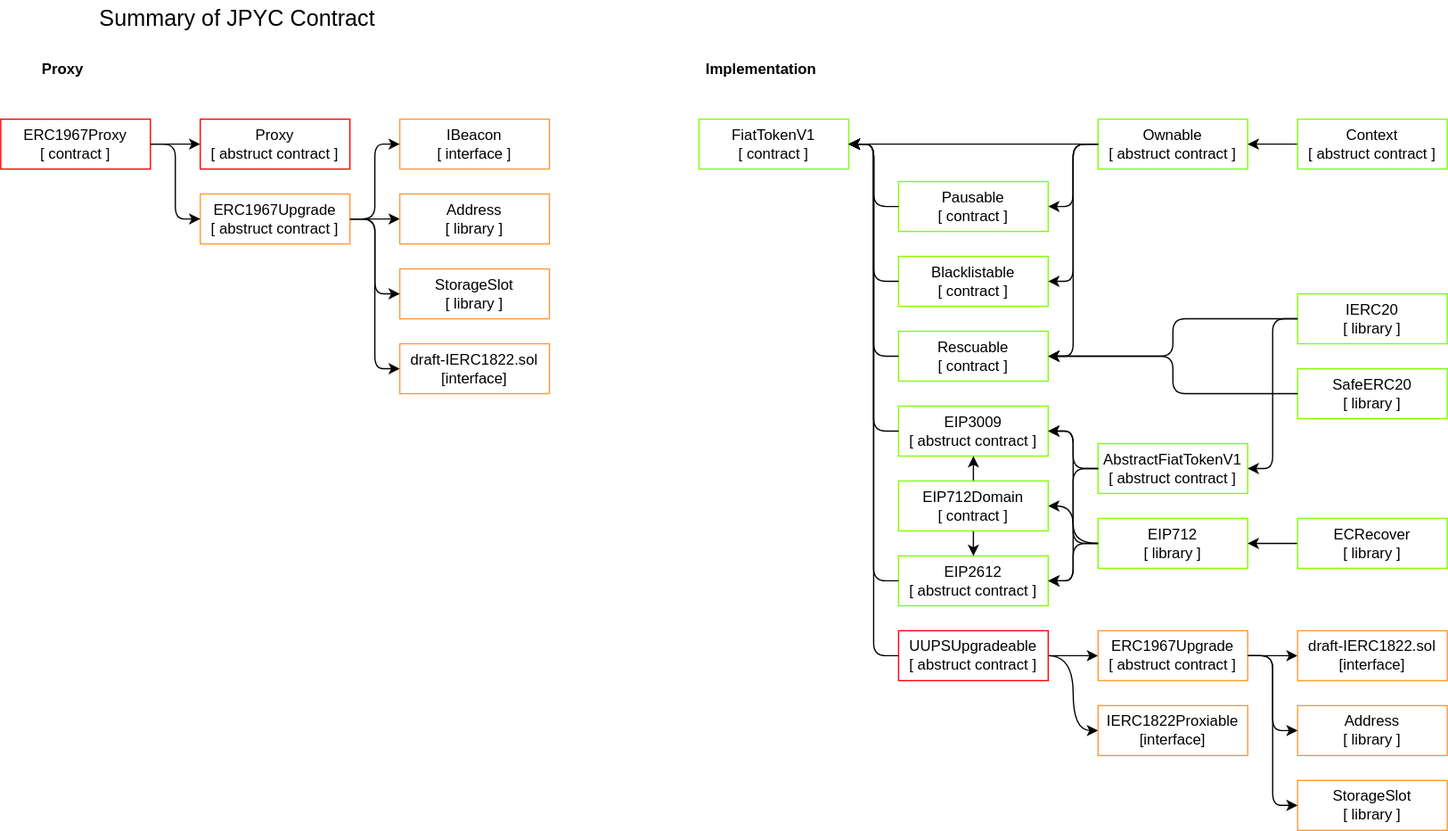
code-423n4/2022-02-jpyc keeps this draw.io diagram as contractArchitecture.drawio.svg. Above is the earlier version. Source tidied: cells renumbered, new cells last; positions are measured from the earlier drawing's top-left corner, leaving out a move shared by most shapes.
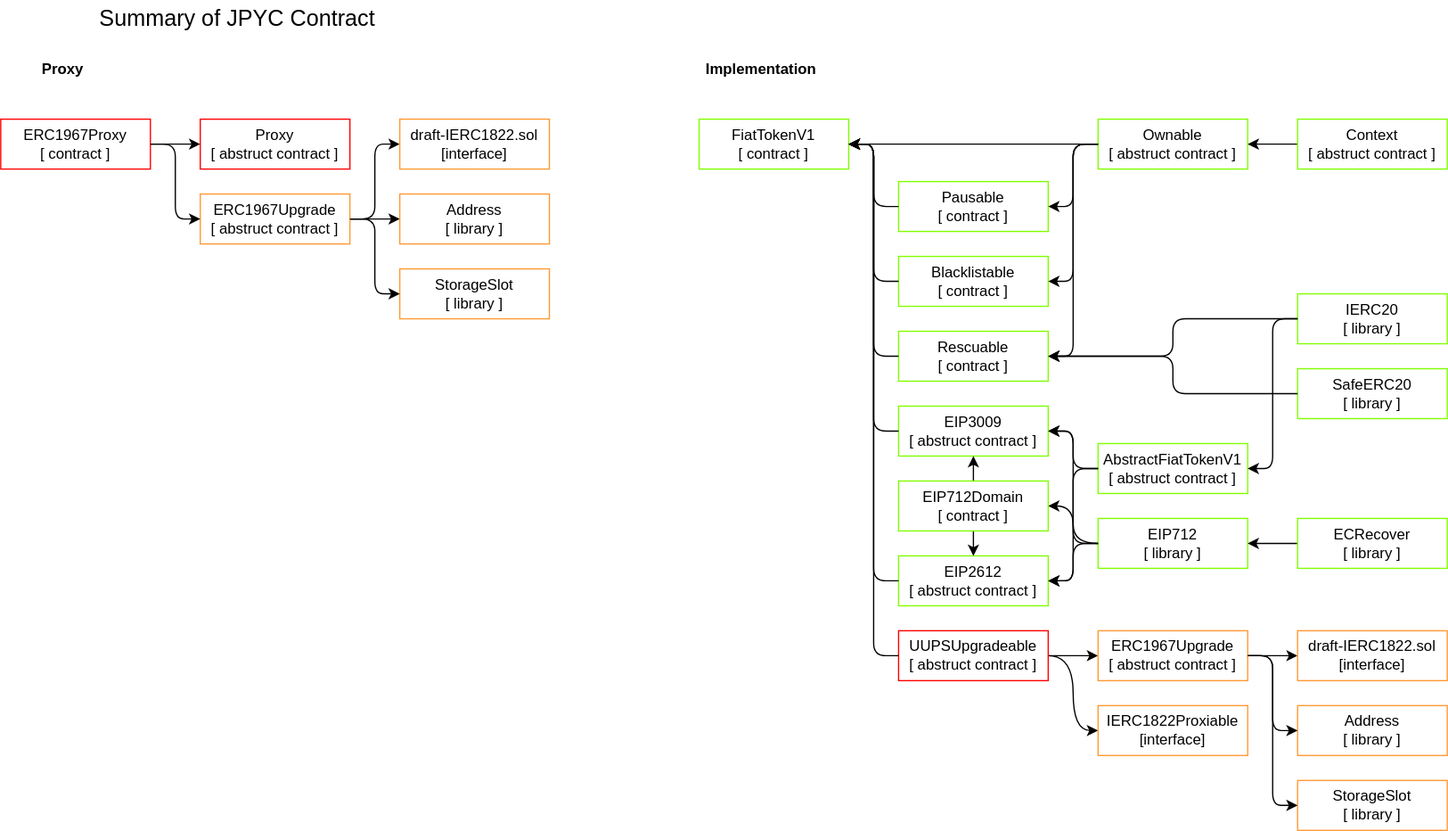
Above is the later version.

What changed in the source:
```diff
@@ -26,18 +26,12 @@
     <mxCell id="9" style="edgeStyle=elbowEdgeStyle;elbow=horizontal;endArrow=classic;html=1;exitX=1;exitY=0.5;exitDx=0;exitDy=0;entryX=0;entryY=0.5;entryDx=0;entryDy=0;" parent="1" edge="1" source="4" target="8">
       <mxGeometry relative="1" as="geometry" />
     </mxCell>
-    <mxCell id="10" value="IBeacon&lt;br&gt;[ interface ]" style="rounded=0;whiteSpace=wrap;html=1;strokeColor=#FF9933;" parent="1" vertex="1">
-      <mxGeometry x="320" y="95" width="120" height="40" as="geometry" />
-    </mxCell>
     <mxCell id="11" value="Address&lt;br&gt;[ library ]" style="rounded=0;whiteSpace=wrap;html=1;strokeColor=#FF9933;" parent="1" vertex="1">
       <mxGeometry x="320" y="155" width="120" height="40" as="geometry" />
     </mxCell>
     <mxCell id="12" value="StorageSlot&lt;br&gt;[ library ]" style="rounded=0;whiteSpace=wrap;html=1;strokeColor=#FF9933;" parent="1" vertex="1">
       <mxGeometry x="320" y="215" width="120" height="40" as="geometry" />
     </mxCell>
-    <mxCell id="13" style="edgeStyle=elbowEdgeStyle;elbow=horizontal;endArrow=classic;html=1;exitX=1;exitY=0.5;exitDx=0;exitDy=0;entryX=0;entryY=0.5;entryDx=0;entryDy=0;" parent="1" edge="1" source="8" target="10">
-      <mxGeometry relative="1" as="geometry" />
-    </mxCell>
     <mxCell id="14" style="edgeStyle=elbowEdgeStyle;elbow=horizontal;endArrow=classic;html=1;exitX=1;exitY=0.5;exitDx=0;exitDy=0;entryX=0;entryY=0.5;entryDx=0;entryDy=0;" parent="1" edge="1" source="8" target="12">
       <mxGeometry relative="1" as="geometry" />
     </mxCell>
@@ -178,7 +172,7 @@
       <mxGeometry x="560" y="45" width="100" height="20" as="geometry" />
     </mxCell>
     <mxCell id="59" value="draft-IERC1822.sol&lt;br&gt;[interface]" style="whiteSpace=wrap;html=1;strokeColor=#FF9933;" parent="1" vertex="1">
-      <mxGeometry x="320" y="275" width="120" height="40" as="geometry" />
+      <mxGeometry x="320" y="95" width="120" height="40" as="geometry" />
     </mxCell>
     <mxCell id="60" value="draft-IERC1822.sol&lt;br&gt;[interface]" style="whiteSpace=wrap;html=1;strokeColor=#FF9933;" parent="1" vertex="1">
       <mxGeometry x="1040" y="505" width="120" height="40" as="geometry" />
```
